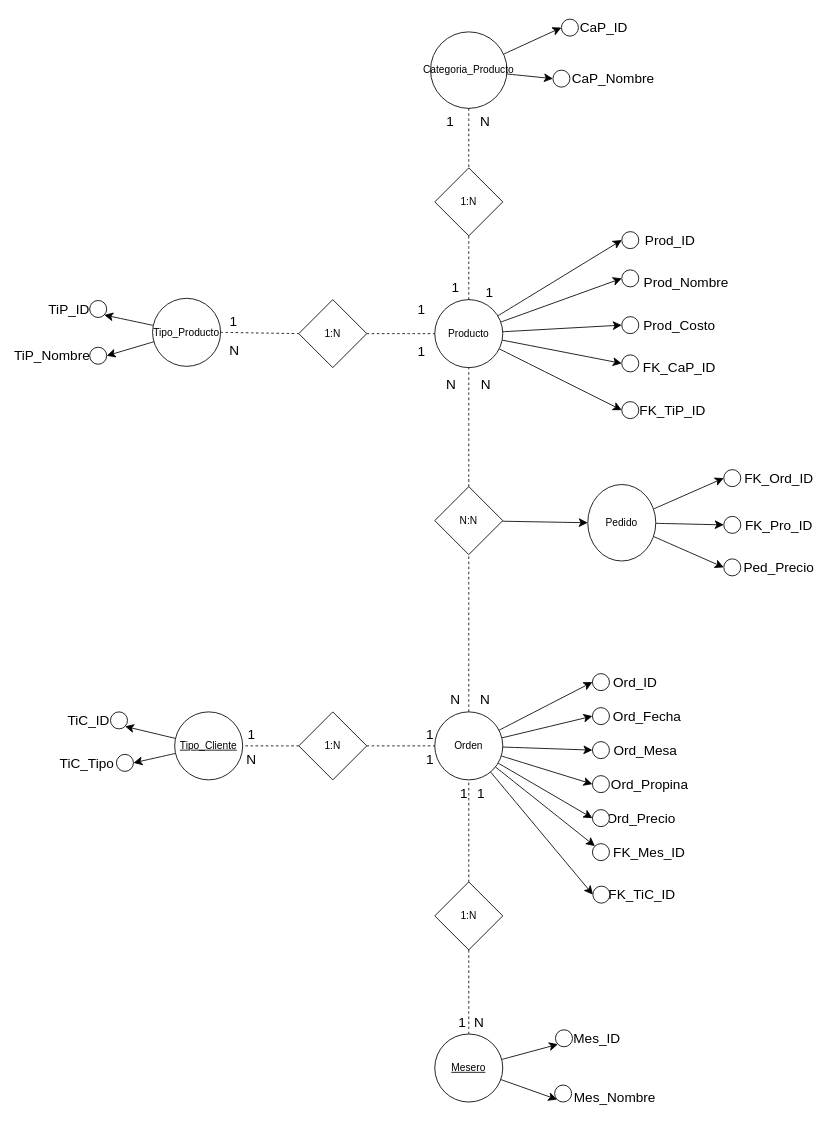
The draw.io diagram Base de datos/DER/DER_BBDD_RESTAURANTE.drawio in JhonFredyA/Aplicacion_Restaurante, before the edit. Source tidied: cells renumbered, new cells numbered last; positions are measured from the earlier drawing's top-left corner, leaving out a move shared by most shapes. Both pictures are drawn from the tidied source at 85%, with x=0, y=0 at pixel (26, 14).
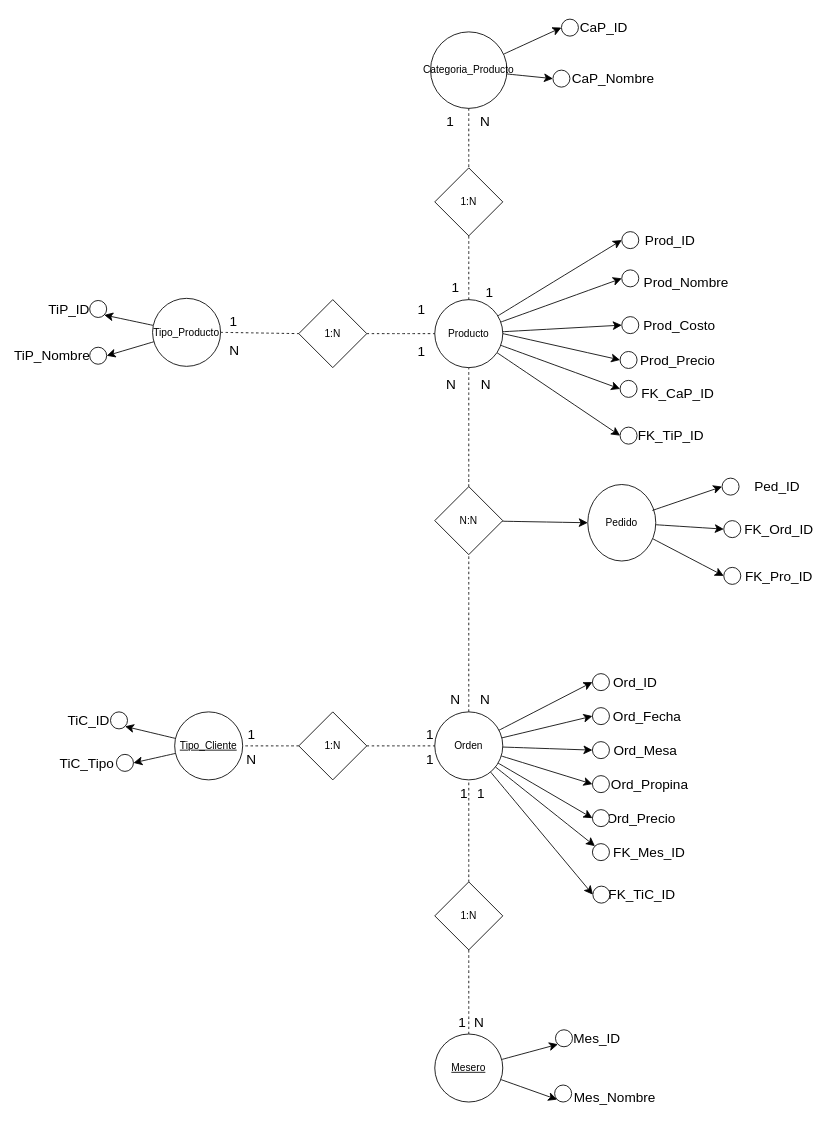
After the change.

Commit message (it also covers changes not shown here):
correción de Diagrama Entidad Relación

Unchanged cells that the change refers to:
```xml
<mxCell id="19" value="Pedido" style="ellipse;whiteSpace=wrap;html=1;align=center;" parent="1" vertex="1">
  <mxGeometry x="660" y="552.5" width="80" height="90" as="geometry" />
</mxCell>
<mxCell id="38" value="Producto" style="ellipse;whiteSpace=wrap;html=1;" parent="1" vertex="1">
  <mxGeometry x="480" y="335" width="80" height="80" as="geometry" />
</mxCell>
```

Diff of the diagram source:
```diff
@@
-    <mxCell id="18" style="edgeStyle=none;curved=1;rounded=0;jettySize=auto;html=1;entryX=0;entryY=0.5;entryDx=0;entryDy=0;fontSize=12;startSize=8;endSize=8;" parent="1" edge="1" source="19" target="66">
-      <mxGeometry relative="1" as="geometry" />
-    </mxCell>
@@
     <mxCell id="31" value="FK_Ord_ID" style="text;html=1;align=center;verticalAlign=middle;whiteSpace=wrap;rounded=0;fontSize=16;" parent="1" vertex="1">
-      <mxGeometry x="855" y="530" width="60" height="30" as="geometry" />
+      <mxGeometry x="855" y="590" width="60" height="30" as="geometry" />
     </mxCell>
-    <mxCell id="32" value="Ped_Precio" style="text;html=1;align=center;verticalAlign=middle;whiteSpace=wrap;rounded=0;fontSize=16;" parent="1" vertex="1">
-      <mxGeometry x="855" y="635" width="60" height="30" as="geometry" />
-    </mxCell>
@@
     <mxCell id="41" value="FK_TiP_ID" style="text;html=1;align=center;verticalAlign=middle;whiteSpace=wrap;rounded=0;fontSize=16;" parent="1" vertex="1">
-      <mxGeometry x="730" y="450" width="60" height="30" as="geometry" />
+      <mxGeometry x="728" y="480" width="60" height="30" as="geometry" />
     </mxCell>
@@
     <mxCell id="43" value="FK_CaP_ID" style="text;html=1;align=center;verticalAlign=middle;whiteSpace=wrap;rounded=0;fontSize=16;" parent="1" vertex="1">
-      <mxGeometry x="738" y="400" width="60" height="30" as="geometry" />
+      <mxGeometry x="736" y="430" width="60" height="30" as="geometry" />
     </mxCell>
@@
     <mxCell id="54" value="FK_Pro_ID" style="text;html=1;align=center;verticalAlign=middle;whiteSpace=wrap;rounded=0;fontSize=16;" parent="1" vertex="1">
-      <mxGeometry x="855" y="585" width="60" height="30" as="geometry" />
+      <mxGeometry x="855" y="645" width="60" height="30" as="geometry" />
     </mxCell>
@@
     <mxCell id="62" style="ellipse;whiteSpace=wrap;html=1;" parent="1" vertex="1">
-      <mxGeometry x="700" y="400" width="20" height="20" as="geometry" />
+      <mxGeometry x="698" y="430" width="20" height="20" as="geometry" />
     </mxCell>
     <mxCell id="63" style="ellipse;whiteSpace=wrap;html=1;" parent="1" vertex="1">
-      <mxGeometry x="700" y="455" width="20" height="20" as="geometry" />
+      <mxGeometry x="698" y="485" width="20" height="20" as="geometry" />
     </mxCell>
     <mxCell id="64" style="ellipse;whiteSpace=wrap;html=1;" parent="1" vertex="1">
-      <mxGeometry x="820" y="535" width="20" height="20" as="geometry" />
+      <mxGeometry x="820" y="595" width="20" height="20" as="geometry" />
     </mxCell>
     <mxCell id="65" style="ellipse;whiteSpace=wrap;html=1;" parent="1" vertex="1">
-      <mxGeometry x="820" y="590" width="20" height="20" as="geometry" />
+      <mxGeometry x="820" y="650" width="20" height="20" as="geometry" />
     </mxCell>
-    <mxCell id="66" style="ellipse;whiteSpace=wrap;html=1;" parent="1" vertex="1">
-      <mxGeometry x="820" y="640" width="20" height="20" as="geometry" />
-    </mxCell>
@@
+    <mxCell id="114" style="edgeStyle=none;curved=1;rounded=0;jettySize=auto;html=1;entryX=0;entryY=0.5;entryDx=0;entryDy=0;fontSize=12;startSize=8;endSize=8;exitX=1;exitY=0.5;exitDx=0;exitDy=0;" parent="1" edge="1" source="38" target="116">
+      <mxGeometry relative="1" as="geometry" />
+    </mxCell>
+    <mxCell id="115" value="Prod_Precio" style="text;html=1;align=center;verticalAlign=middle;whiteSpace=wrap;rounded=0;fontSize=16;" parent="1" vertex="1">
+      <mxGeometry x="736" y="391" width="60" height="30" as="geometry" />
+    </mxCell>
+    <mxCell id="116" style="ellipse;whiteSpace=wrap;html=1;" parent="1" vertex="1">
+      <mxGeometry x="698" y="396" width="20" height="20" as="geometry" />
+    </mxCell>
+    <mxCell id="117" style="edgeStyle=none;curved=1;rounded=0;jettySize=auto;html=1;entryX=0;entryY=0.5;entryDx=0;entryDy=0;fontSize=12;startSize=8;endSize=8;exitX=0.95;exitY=0.339;exitDx=0;exitDy=0;exitPerimeter=0;" parent="1" edge="1" source="19" target="119">
+      <mxGeometry relative="1" as="geometry" />
+    </mxCell>
+    <mxCell id="118" value="Ped_ID" style="text;html=1;align=center;verticalAlign=middle;whiteSpace=wrap;rounded=0;fontSize=16;" parent="1" vertex="1">
+      <mxGeometry x="853" y="540" width="60" height="30" as="geometry" />
+    </mxCell>
+    <mxCell id="119" style="ellipse;whiteSpace=wrap;html=1;" parent="1" vertex="1">
+      <mxGeometry x="818" y="545" width="20" height="20" as="geometry" />
+    </mxCell>
```
